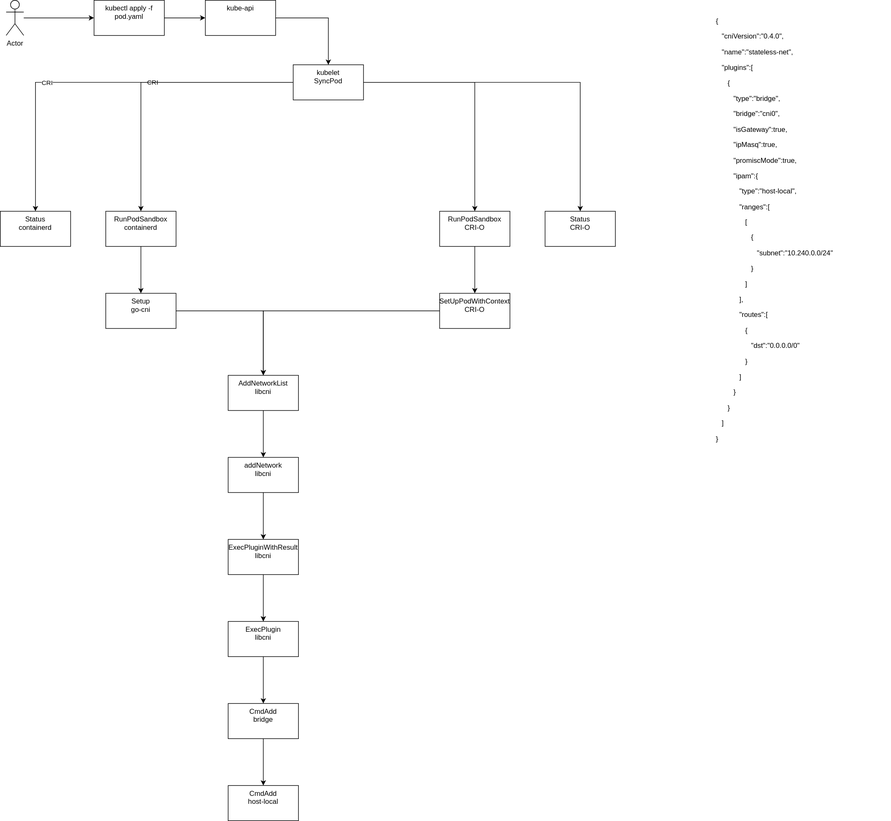
This is CNI-Flow.svg from MikeZappa87/containernetworking, a draw.io export, as it was before one commit. Source tidied: cells renumbered, new cells last; positions are measured from the earlier drawing's top-left corner, leaving out a move shared by most shapes.
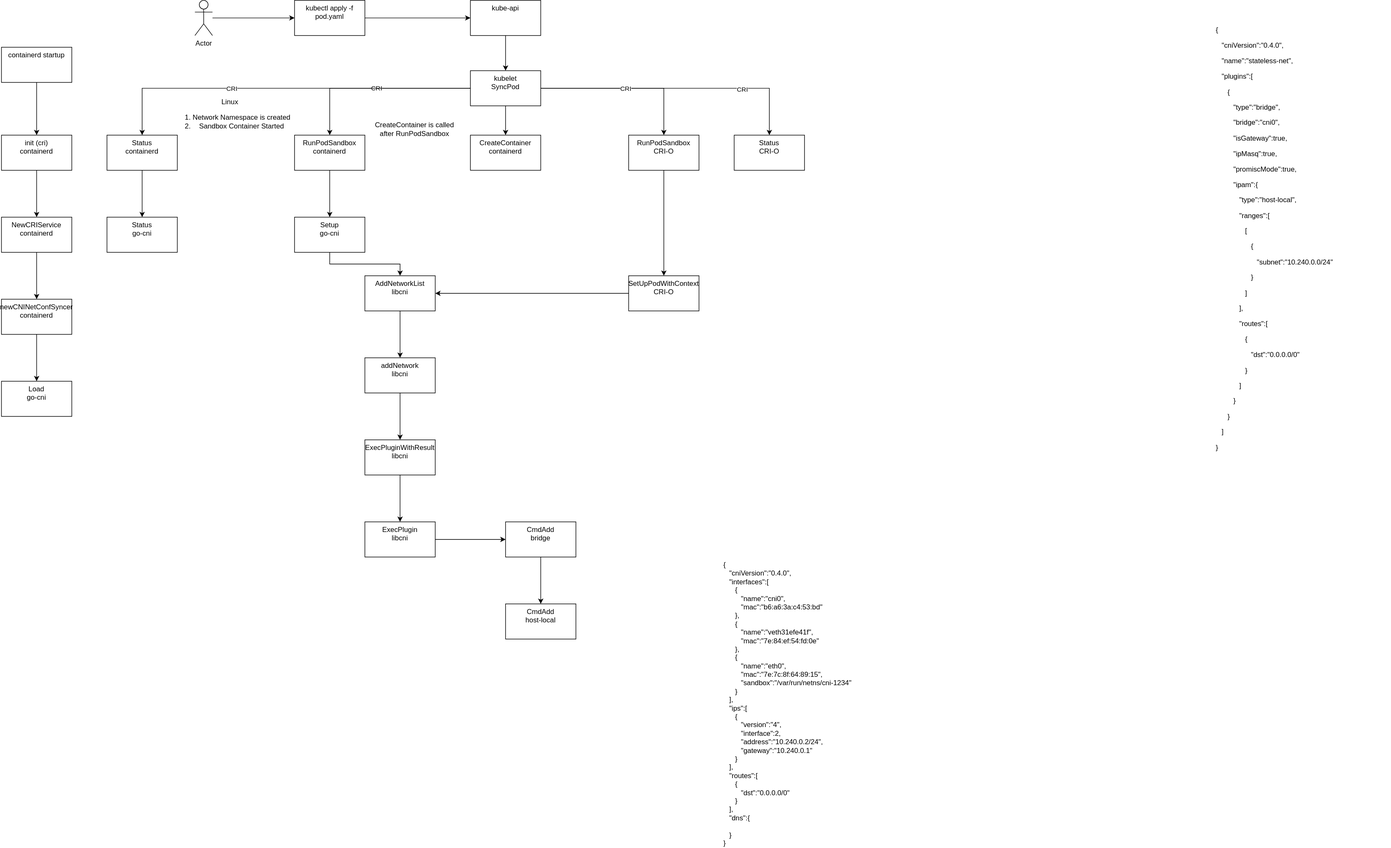
Later version of the same file.

Change to the diagram source:
```diff
@@ -6,19 +6,19 @@
       <mxGeometry relative="1" as="geometry" />
     </mxCell>
     <mxCell id="3" value="Actor" style="shape=umlActor;verticalLabelPosition=bottom;verticalAlign=top;html=1;outlineConnect=0;" parent="1" vertex="1">
-      <mxGeometry x="10" width="30" height="60" as="geometry" />
+      <mxGeometry x="10" y="-10" width="30" height="60" as="geometry" />
     </mxCell>
     <mxCell id="4" style="edgeStyle=orthogonalEdgeStyle;rounded=0;jettySize=auto;html=1;" parent="1" edge="1" source="5" target="7">
       <mxGeometry relative="1" as="geometry" />
     </mxCell>
     <mxCell id="5" value="kubectl apply -f pod.yaml" style="whiteSpace=wrap;html=1;verticalAlign=top;" parent="1" vertex="1">
-      <mxGeometry x="160" width="120" height="60" as="geometry" />
+      <mxGeometry x="180" y="-10" width="120" height="60" as="geometry" />
     </mxCell>
     <mxCell id="6" style="edgeStyle=orthogonalEdgeStyle;rounded=0;jettySize=auto;html=1;" parent="1" edge="1" source="7" target="13">
       <mxGeometry relative="1" as="geometry" />
     </mxCell>
     <mxCell id="7" value="kube-api" style="whiteSpace=wrap;html=1;verticalAlign=top;" parent="1" vertex="1">
-      <mxGeometry x="350" width="120" height="60" as="geometry" />
+      <mxGeometry x="480" y="-10" width="120" height="60" as="geometry" />
     </mxCell>
     <mxCell id="8" value="CRI" style="edgeStyle=orthogonalEdgeStyle;rounded=0;jettySize=auto;html=1;" parent="1" edge="1" source="13" target="15">
       <mxGeometry relative="1" as="geometry" />
@@ -32,77 +32,131 @@
     <mxCell id="11" style="edgeStyle=orthogonalEdgeStyle;rounded=0;jettySize=auto;html=1;" parent="1" edge="1" source="13" target="19">
       <mxGeometry relative="1" as="geometry" />
     </mxCell>
+    <mxCell id="36" value="CRI" style="edgeLabel;html=1;align=center;verticalAlign=middle;" parent="11" vertex="1">
+      <mxGeometry x="0.46" y="-1" relative="1" as="geometry" />
+    </mxCell>
     <mxCell id="12" style="edgeStyle=orthogonalEdgeStyle;rounded=0;jettySize=auto;html=1;entryX=0.5;entryY=0;entryDx=0;entryDy=0;" parent="1" edge="1" source="13" target="18">
       <mxGeometry relative="1" as="geometry" />
     </mxCell>
+    <mxCell id="37" value="CRI" style="edgeLabel;html=1;align=center;verticalAlign=middle;" parent="12" vertex="1">
+      <mxGeometry relative="1" as="geometry" />
+    </mxCell>
+    <mxCell id="38" style="edgeStyle=orthogonalEdgeStyle;rounded=0;jettySize=auto;html=1;" parent="1" edge="1" source="13" target="51">
+      <mxGeometry relative="1" as="geometry" />
+    </mxCell>
     <mxCell id="13" value="kubelet&lt;br&gt;SyncPod" style="whiteSpace=wrap;html=1;verticalAlign=top;" parent="1" vertex="1">
-      <mxGeometry x="500" y="110" width="120" height="60" as="geometry" />
+      <mxGeometry x="480" y="110" width="120" height="60" as="geometry" />
     </mxCell>
     <mxCell id="14" style="edgeStyle=orthogonalEdgeStyle;rounded=0;jettySize=auto;html=1;" parent="1" edge="1" source="15" target="21">
       <mxGeometry relative="1" as="geometry" />
     </mxCell>
     <mxCell id="15" value="RunPodSandbox&lt;br&gt;containerd" style="whiteSpace=wrap;html=1;verticalAlign=top;" parent="1" vertex="1">
-      <mxGeometry x="180" y="360" width="120" height="60" as="geometry" />
+      <mxGeometry x="180" y="220" width="120" height="60" as="geometry" />
     </mxCell>
+    <mxCell id="39" style="edgeStyle=orthogonalEdgeStyle;rounded=0;jettySize=auto;html=1;" parent="1" edge="1" source="16" target="40">
+      <mxGeometry relative="1" as="geometry" />
+    </mxCell>
     <mxCell id="16" value="Status&lt;br&gt;containerd" style="whiteSpace=wrap;html=1;verticalAlign=top;" parent="1" vertex="1">
-      <mxGeometry y="360" width="120" height="60" as="geometry" />
+      <mxGeometry x="-140" y="220" width="120" height="60" as="geometry" />
     </mxCell>
     <mxCell id="17" style="edgeStyle=orthogonalEdgeStyle;rounded=0;jettySize=auto;html=1;" parent="1" edge="1" source="18" target="35">
       <mxGeometry relative="1" as="geometry" />
     </mxCell>
     <mxCell id="18" value="RunPodSandbox&lt;br&gt;CRI-O" style="whiteSpace=wrap;html=1;verticalAlign=top;" parent="1" vertex="1">
-      <mxGeometry x="750" y="360" width="120" height="60" as="geometry" />
+      <mxGeometry x="750" y="220" width="120" height="60" as="geometry" />
     </mxCell>
     <mxCell id="19" value="Status&lt;br&gt;CRI-O" style="whiteSpace=wrap;html=1;verticalAlign=top;" parent="1" vertex="1">
-      <mxGeometry x="930" y="360" width="120" height="60" as="geometry" />
+      <mxGeometry x="930" y="220" width="120" height="60" as="geometry" />
     </mxCell>
     <mxCell id="20" style="edgeStyle=orthogonalEdgeStyle;rounded=0;jettySize=auto;html=1;" parent="1" edge="1" source="21" target="23">
       <mxGeometry relative="1" as="geometry" />
     </mxCell>
     <mxCell id="21" value="Setup&lt;br&gt;go-cni" style="whiteSpace=wrap;html=1;verticalAlign=top;" parent="1" vertex="1">
-      <mxGeometry x="180" y="500" width="120" height="60" as="geometry" />
+      <mxGeometry x="180" y="360" width="120" height="60" as="geometry" />
     </mxCell>
     <mxCell id="22" style="edgeStyle=orthogonalEdgeStyle;rounded=0;jettySize=auto;html=1;" parent="1" edge="1" source="23" target="26">
       <mxGeometry relative="1" as="geometry" />
     </mxCell>
     <mxCell id="23" value="AddNetworkList&lt;br&gt;libcni" style="whiteSpace=wrap;html=1;verticalAlign=top;" parent="1" vertex="1">
-      <mxGeometry x="389" y="640" width="120" height="60" as="geometry" />
+      <mxGeometry x="300" y="460" width="120" height="60" as="geometry" />
     </mxCell>
     <mxCell id="24" value="&lt;p&gt;{&lt;/p&gt;&lt;p&gt;&amp;nbsp; &amp;nbsp;&quot;cniVersion&quot;:&quot;0.4.0&quot;,&lt;/p&gt;&lt;p&gt;&amp;nbsp; &amp;nbsp;&quot;name&quot;:&quot;stateless-net&quot;,&lt;/p&gt;&lt;p&gt;&amp;nbsp; &amp;nbsp;&quot;plugins&quot;:[&lt;/p&gt;&lt;p&gt;&amp;nbsp; &amp;nbsp; &amp;nbsp; {&lt;/p&gt;&lt;p&gt;&amp;nbsp; &amp;nbsp; &amp;nbsp; &amp;nbsp; &amp;nbsp;&quot;type&quot;:&quot;bridge&quot;,&lt;/p&gt;&lt;p&gt;&amp;nbsp; &amp;nbsp; &amp;nbsp; &amp;nbsp; &amp;nbsp;&quot;bridge&quot;:&quot;cni0&quot;,&lt;/p&gt;&lt;p&gt;&amp;nbsp; &amp;nbsp; &amp;nbsp; &amp;nbsp; &amp;nbsp;&quot;isGateway&quot;:true,&lt;/p&gt;&lt;p&gt;&amp;nbsp; &amp;nbsp; &amp;nbsp; &amp;nbsp; &amp;nbsp;&quot;ipMasq&quot;:true,&lt;/p&gt;&lt;p&gt;&amp;nbsp; &amp;nbsp; &amp;nbsp; &amp;nbsp; &amp;nbsp;&quot;promiscMode&quot;:true,&lt;/p&gt;&lt;p&gt;&amp;nbsp; &amp;nbsp; &amp;nbsp; &amp;nbsp; &amp;nbsp;&quot;ipam&quot;:{&lt;/p&gt;&lt;p&gt;&amp;nbsp; &amp;nbsp; &amp;nbsp; &amp;nbsp; &amp;nbsp; &amp;nbsp; &quot;type&quot;:&quot;host-local&quot;,&lt;/p&gt;&lt;p&gt;&amp;nbsp; &amp;nbsp; &amp;nbsp; &amp;nbsp; &amp;nbsp; &amp;nbsp; &quot;ranges&quot;:[&lt;/p&gt;&lt;p&gt;&amp;nbsp; &amp;nbsp; &amp;nbsp; &amp;nbsp; &amp;nbsp; &amp;nbsp; &amp;nbsp; &amp;nbsp;[&lt;/p&gt;&lt;p&gt;&amp;nbsp; &amp;nbsp; &amp;nbsp; &amp;nbsp; &amp;nbsp; &amp;nbsp; &amp;nbsp; &amp;nbsp; &amp;nbsp; {&lt;/p&gt;&lt;p&gt;&amp;nbsp; &amp;nbsp; &amp;nbsp; &amp;nbsp; &amp;nbsp; &amp;nbsp; &amp;nbsp; &amp;nbsp; &amp;nbsp; &amp;nbsp; &amp;nbsp;&quot;subnet&quot;:&quot;10.240.0.0/24&quot;&lt;/p&gt;&lt;p&gt;&amp;nbsp; &amp;nbsp; &amp;nbsp; &amp;nbsp; &amp;nbsp; &amp;nbsp; &amp;nbsp; &amp;nbsp; &amp;nbsp; }&lt;/p&gt;&lt;p&gt;&amp;nbsp; &amp;nbsp; &amp;nbsp; &amp;nbsp; &amp;nbsp; &amp;nbsp; &amp;nbsp; &amp;nbsp;]&lt;/p&gt;&lt;p&gt;&amp;nbsp; &amp;nbsp; &amp;nbsp; &amp;nbsp; &amp;nbsp; &amp;nbsp; ],&lt;/p&gt;&lt;p&gt;&amp;nbsp; &amp;nbsp; &amp;nbsp; &amp;nbsp; &amp;nbsp; &amp;nbsp; &quot;routes&quot;:[&lt;/p&gt;&lt;p&gt;&amp;nbsp; &amp;nbsp; &amp;nbsp; &amp;nbsp; &amp;nbsp; &amp;nbsp; &amp;nbsp; &amp;nbsp;{&lt;/p&gt;&lt;p&gt;&amp;nbsp; &amp;nbsp; &amp;nbsp; &amp;nbsp; &amp;nbsp; &amp;nbsp; &amp;nbsp; &amp;nbsp; &amp;nbsp; &quot;dst&quot;:&quot;0.0.0.0/0&quot;&lt;/p&gt;&lt;p&gt;&amp;nbsp; &amp;nbsp; &amp;nbsp; &amp;nbsp; &amp;nbsp; &amp;nbsp; &amp;nbsp; &amp;nbsp;}&lt;/p&gt;&lt;p&gt;&amp;nbsp; &amp;nbsp; &amp;nbsp; &amp;nbsp; &amp;nbsp; &amp;nbsp; ]&lt;/p&gt;&lt;p&gt;&amp;nbsp; &amp;nbsp; &amp;nbsp; &amp;nbsp; &amp;nbsp;}&lt;/p&gt;&lt;p&gt;&amp;nbsp; &amp;nbsp; &amp;nbsp; }&lt;/p&gt;&lt;p&gt;&amp;nbsp; &amp;nbsp;]&lt;/p&gt;&lt;p&gt;}&lt;/p&gt;" style="text;whiteSpace=wrap;html=1;" parent="1" vertex="1">
-      <mxGeometry x="1220" y="10" width="300" height="750" as="geometry" />
+      <mxGeometry x="1750" y="15" width="300" height="750" as="geometry" />
     </mxCell>
     <mxCell id="25" style="edgeStyle=orthogonalEdgeStyle;rounded=0;jettySize=auto;html=1;" parent="1" edge="1" source="26" target="28">
       <mxGeometry relative="1" as="geometry" />
     </mxCell>
     <mxCell id="26" value="addNetwork&lt;br&gt;libcni" style="whiteSpace=wrap;html=1;verticalAlign=top;" parent="1" vertex="1">
-      <mxGeometry x="389" y="780" width="120" height="60" as="geometry" />
+      <mxGeometry x="300" y="600" width="120" height="60" as="geometry" />
     </mxCell>
     <mxCell id="27" style="edgeStyle=orthogonalEdgeStyle;rounded=0;jettySize=auto;html=1;" parent="1" edge="1" source="28" target="30">
       <mxGeometry relative="1" as="geometry" />
     </mxCell>
     <mxCell id="28" value="ExecPluginWithResult&lt;br&gt;libcni" style="whiteSpace=wrap;html=1;verticalAlign=top;" parent="1" vertex="1">
-      <mxGeometry x="389" y="920" width="120" height="60" as="geometry" />
+      <mxGeometry x="300" y="740" width="120" height="60" as="geometry" />
     </mxCell>
     <mxCell id="29" style="edgeStyle=orthogonalEdgeStyle;rounded=0;jettySize=auto;html=1;" parent="1" edge="1" source="30" target="32">
       <mxGeometry relative="1" as="geometry" />
     </mxCell>
     <mxCell id="30" value="ExecPlugin&lt;br&gt;libcni" style="whiteSpace=wrap;html=1;verticalAlign=top;" parent="1" vertex="1">
-      <mxGeometry x="389" y="1060" width="120" height="60" as="geometry" />
+      <mxGeometry x="300" y="880" width="120" height="60" as="geometry" />
     </mxCell>
     <mxCell id="31" style="edgeStyle=orthogonalEdgeStyle;rounded=0;jettySize=auto;html=1;" parent="1" edge="1" source="32" target="33">
       <mxGeometry relative="1" as="geometry" />
     </mxCell>
     <mxCell id="32" value="CmdAdd&lt;br&gt;bridge" style="whiteSpace=wrap;html=1;verticalAlign=top;" parent="1" vertex="1">
-      <mxGeometry x="389" y="1200" width="120" height="60" as="geometry" />
+      <mxGeometry x="540" y="880" width="120" height="60" as="geometry" />
     </mxCell>
     <mxCell id="33" value="CmdAdd&lt;br&gt;host-local" style="whiteSpace=wrap;html=1;verticalAlign=top;" parent="1" vertex="1">
-      <mxGeometry x="389" y="1340" width="120" height="60" as="geometry" />
+      <mxGeometry x="540" y="1020" width="120" height="60" as="geometry" />
     </mxCell>
     <mxCell id="34" style="edgeStyle=orthogonalEdgeStyle;rounded=0;jettySize=auto;html=1;" parent="1" edge="1" source="35" target="23">
       <mxGeometry relative="1" as="geometry" />
     </mxCell>
     <mxCell id="35" value="SetUpPodWithContext&lt;br&gt;CRI-O" style="whiteSpace=wrap;html=1;verticalAlign=top;" parent="1" vertex="1">
-      <mxGeometry x="750" y="500" width="120" height="60" as="geometry" />
+      <mxGeometry x="750" y="460" width="120" height="60" as="geometry" />
     </mxCell>
+    <mxCell id="40" value="Status&lt;br&gt;go-cni" style="whiteSpace=wrap;html=1;verticalAlign=top;" parent="1" vertex="1">
+      <mxGeometry x="-140" y="360" width="120" height="60" as="geometry" />
+    </mxCell>
+    <mxCell id="41" style="edgeStyle=orthogonalEdgeStyle;rounded=0;jettySize=auto;html=1;" parent="1" edge="1" source="42" target="46">
+      <mxGeometry relative="1" as="geometry" />
+    </mxCell>
+    <mxCell id="42" value="init (cri)&lt;br&gt;containerd" style="whiteSpace=wrap;html=1;verticalAlign=top;" parent="1" vertex="1">
+      <mxGeometry x="-320" y="220" width="120" height="60" as="geometry" />
+    </mxCell>
+    <mxCell id="43" style="edgeStyle=orthogonalEdgeStyle;rounded=0;jettySize=auto;html=1;" parent="1" edge="1" source="44" target="42">
+      <mxGeometry relative="1" as="geometry" />
+    </mxCell>
+    <mxCell id="44" value="containerd startup" style="whiteSpace=wrap;html=1;verticalAlign=top;" parent="1" vertex="1">
+      <mxGeometry x="-320" y="70" width="120" height="60" as="geometry" />
+    </mxCell>
+    <mxCell id="45" style="edgeStyle=orthogonalEdgeStyle;rounded=0;jettySize=auto;html=1;" parent="1" edge="1" source="46" target="48">
+      <mxGeometry relative="1" as="geometry" />
+    </mxCell>
+    <mxCell id="46" value="NewCRIService&lt;br&gt;containerd" style="whiteSpace=wrap;html=1;verticalAlign=top;" parent="1" vertex="1">
+      <mxGeometry x="-320" y="360" width="120" height="60" as="geometry" />
+    </mxCell>
+    <mxCell id="47" style="edgeStyle=orthogonalEdgeStyle;rounded=0;jettySize=auto;html=1;" parent="1" edge="1" source="48" target="49">
+      <mxGeometry relative="1" as="geometry" />
+    </mxCell>
+    <mxCell id="48" value="newCNINetConfSyncer&lt;br&gt;containerd" style="whiteSpace=wrap;html=1;verticalAlign=top;" parent="1" vertex="1">
+      <mxGeometry x="-320" y="500" width="120" height="60" as="geometry" />
+    </mxCell>
+    <mxCell id="49" value="Load&lt;br&gt;go-cni" style="whiteSpace=wrap;html=1;verticalAlign=top;" parent="1" vertex="1">
+      <mxGeometry x="-320" y="640" width="120" height="60" as="geometry" />
+    </mxCell>
+    <mxCell id="50" value="Linux&lt;br&gt;&lt;ol&gt;&lt;li&gt;Network Namespace is created&lt;/li&gt;&lt;li&gt;Sandbox Container Started&lt;/li&gt;&lt;/ol&gt;" style="text;html=1;strokeColor=none;fillColor=none;align=center;verticalAlign=middle;whiteSpace=wrap;rounded=0;" parent="1" vertex="1">
+      <mxGeometry x="-40" y="150" width="220" height="80" as="geometry" />
+    </mxCell>
+    <mxCell id="51" value="CreateContainer&lt;br&gt;containerd" style="whiteSpace=wrap;html=1;verticalAlign=top;" parent="1" vertex="1">
+      <mxGeometry x="480" y="220" width="120" height="60" as="geometry" />
+    </mxCell>
+    <mxCell id="52" value="CreateContainer is called after RunPodSandbox" style="text;html=1;strokeColor=none;fillColor=none;align=center;verticalAlign=middle;whiteSpace=wrap;rounded=0;" parent="1" vertex="1">
+      <mxGeometry x="310" y="170" width="150" height="80" as="geometry" />
+    </mxCell>
+    <mxCell id="53" value="{&#10;   &quot;cniVersion&quot;:&quot;0.4.0&quot;,&#10;   &quot;interfaces&quot;:[&#10;      {&#10;         &quot;name&quot;:&quot;cni0&quot;,&#10;         &quot;mac&quot;:&quot;b6:a6:3a:c4:53:bd&quot;&#10;      },&#10;      {&#10;         &quot;name&quot;:&quot;veth31efe41f&quot;,&#10;         &quot;mac&quot;:&quot;7e:84:ef:54:fd:0e&quot;&#10;      },&#10;      {&#10;         &quot;name&quot;:&quot;eth0&quot;,&#10;         &quot;mac&quot;:&quot;7e:7c:8f:64:89:15&quot;,&#10;         &quot;sandbox&quot;:&quot;/var/run/netns/cni-1234&quot;&#10;      }&#10;   ],&#10;   &quot;ips&quot;:[&#10;      {&#10;         &quot;version&quot;:&quot;4&quot;,&#10;         &quot;interface&quot;:2,&#10;         &quot;address&quot;:&quot;10.240.0.2/24&quot;,&#10;         &quot;gateway&quot;:&quot;10.240.0.1&quot;&#10;      }&#10;   ],&#10;   &quot;routes&quot;:[&#10;      {&#10;         &quot;dst&quot;:&quot;0.0.0.0/0&quot;&#10;      }&#10;   ],&#10;   &quot;dns&quot;:{&#10;      &#10;   }&#10;}" style="text;whiteSpace=wrap;html=1;" parent="1" vertex="1">
+      <mxGeometry x="910" y="940" width="240" height="490" as="geometry" />
+    </mxCell>
   </root>
 </mxGraphModel>
```
